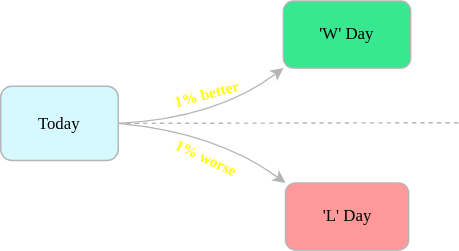
Before: Atomic_Habits/Today_decision.drawio.svg, a diagram exported from draw.io (datkumar/my-diagrams). Source tidied: cells renumbered, new cells last; positions are measured from the earlier drawing's top-left corner, leaving out a move shared by most shapes. Its diagram source:
```xml
<mxGraphModel>
  <root>
    <mxCell id="0" />
    <mxCell id="1" parent="0" />
    <mxCell id="2" value="Today" style="rounded=1;whiteSpace=wrap;html=1;fillColor=#D6F8FF;strokeColor=#B5B5B5;fontFamily=Rubik;fontStyle=0;fontSource=https%3A%2F%2Ffonts.googleapis.com%2Fcss%3Ffamily%3DRubik;shadow=0;glass=0;" parent="1" vertex="1">
      <mxGeometry y="61" width="84" height="53" as="geometry" />
    </mxCell>
    <mxCell id="3" value="'W' Day" style="whiteSpace=wrap;html=1;fillColor=#38E890;strokeColor=#B5B5B5;fontFamily=Rubik;fontStyle=0;fontSource=https%3A%2F%2Ffonts.googleapis.com%2Fcss%3Ffamily%3DRubik;rounded=1;shadow=0;glass=0;" parent="1" vertex="1">
      <mxGeometry x="202" width="91" height="48" as="geometry" />
    </mxCell>
    <mxCell id="4" value="'L' Day" style="whiteSpace=wrap;html=1;fillColor=#FF9999;strokeColor=#B5B5B5;fontFamily=Rubik;fontStyle=0;fontSource=https%3A%2F%2Ffonts.googleapis.com%2Fcss%3Ffamily%3DRubik;rounded=1;shadow=0;glass=0;" parent="1" vertex="1">
      <mxGeometry x="203.5" y="130" width="88" height="48" as="geometry" />
    </mxCell>
    <mxCell id="5" style="endArrow=classic;html=1;exitX=1;exitY=0.5;exitDx=0;exitDy=0;entryX=0;entryY=1;entryDx=0;entryDy=0;curved=1;fontFamily=Rubik;fontStyle=1;fontSource=https%3A%2F%2Ffonts.googleapis.com%2Fcss%3Ffamily%3DRubik;strokeColor=#B5B5B5;" parent="1" edge="1" source="2" target="3">
      <mxGeometry relative="1" as="geometry">
        <Array as="points">
          <mxPoint x="154" y="84" />
        </Array>
      </mxGeometry>
    </mxCell>
    <mxCell id="6" style="endArrow=classic;html=1;entryX=0;entryY=0;entryDx=0;entryDy=0;exitX=1;exitY=0.5;exitDx=0;exitDy=0;curved=1;fontFamily=Rubik;fontStyle=1;fontSource=https%3A%2F%2Ffonts.googleapis.com%2Fcss%3Ffamily%3DRubik;strokeColor=#B5B5B5;" parent="1" edge="1" source="2" target="4">
      <mxGeometry relative="1" as="geometry">
        <Array as="points">
          <mxPoint x="154" y="94" />
        </Array>
      </mxGeometry>
    </mxCell>
    <mxCell id="7" style="endArrow=none;dashed=1;html=1;rounded=1;labelBackgroundColor=default;strokeColor=#B5B5B5;fontFamily=Rubik;fontSize=11;fontColor=default;shape=connector;curved=1;fontStyle=1;fontSource=https%3A%2F%2Ffonts.googleapis.com%2Fcss%3Ffamily%3DRubik;exitX=1;exitY=0.5;exitDx=0;exitDy=0;" parent="1" edge="1" source="2">
      <mxGeometry relative="1" as="geometry">
        <mxPoint x="327" y="87" as="targetPoint" />
      </mxGeometry>
    </mxCell>
    <mxCell id="8" value="&lt;font&gt;1% better&lt;/font&gt;" style="text;html=1;align=center;verticalAlign=middle;strokeColor=none;fillColor=none;fontSize=11;fontFamily=Rubik;fontColor=#FFFF00;rotation=-15;fontStyle=1;fontSource=https%3A%2F%2Ffonts.googleapis.com%2Fcss%3Ffamily%3DRubik;" parent="1" vertex="1">
      <mxGeometry x="113" y="54" width="67" height="25" as="geometry" />
    </mxCell>
    <mxCell id="9" value="&lt;b&gt;&lt;font&gt;1% worse&lt;/font&gt;&lt;/b&gt;" style="text;html=1;align=center;verticalAlign=middle;strokeColor=none;fillColor=none;fontSize=11;fontFamily=Rubik;fontColor=#FFFF00;rotation=25;fontStyle=0;fontSource=https%3A%2F%2Ffonts.googleapis.com%2Fcss%3Ffamily%3DRubik;" parent="1" vertex="1">
      <mxGeometry x="113" y="99" width="67" height="25" as="geometry" />
    </mxCell>
  </root>
</mxGraphModel>
```
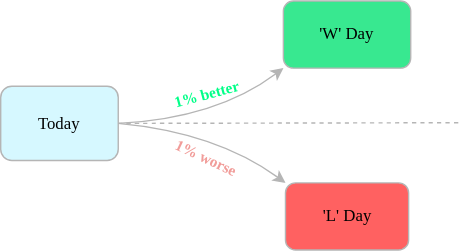
The same file after the commit.

Diff of the diagram source:
```diff
@@ -8,7 +8,7 @@
     <mxCell id="3" value="'W' Day" style="whiteSpace=wrap;html=1;fillColor=#38E890;strokeColor=#B5B5B5;fontFamily=Rubik;fontStyle=0;fontSource=https%3A%2F%2Ffonts.googleapis.com%2Fcss%3Ffamily%3DRubik;rounded=1;shadow=0;glass=0;" parent="1" vertex="1">
       <mxGeometry x="202" width="91" height="48" as="geometry" />
     </mxCell>
-    <mxCell id="4" value="'L' Day" style="whiteSpace=wrap;html=1;fillColor=#FF9999;strokeColor=#B5B5B5;fontFamily=Rubik;fontStyle=0;fontSource=https%3A%2F%2Ffonts.googleapis.com%2Fcss%3Ffamily%3DRubik;rounded=1;shadow=0;glass=0;" parent="1" vertex="1">
+    <mxCell id="4" value="'L' Day" style="whiteSpace=wrap;html=1;fillColor=#FF6161;strokeColor=#B5B5B5;fontFamily=Rubik;fontStyle=0;fontSource=https%3A%2F%2Ffonts.googleapis.com%2Fcss%3Ffamily%3DRubik;rounded=1;shadow=0;glass=0;fontColor=#000000;" parent="1" vertex="1">
       <mxGeometry x="203.5" y="130" width="88" height="48" as="geometry" />
     </mxCell>
     <mxCell id="5" style="endArrow=classic;html=1;exitX=1;exitY=0.5;exitDx=0;exitDy=0;entryX=0;entryY=1;entryDx=0;entryDy=0;curved=1;fontFamily=Rubik;fontStyle=1;fontSource=https%3A%2F%2Ffonts.googleapis.com%2Fcss%3Ffamily%3DRubik;strokeColor=#B5B5B5;" parent="1" edge="1" source="2" target="3">
@@ -30,10 +30,10 @@
         <mxPoint x="327" y="87" as="targetPoint" />
       </mxGeometry>
     </mxCell>
-    <mxCell id="8" value="&lt;font&gt;1% better&lt;/font&gt;" style="text;html=1;align=center;verticalAlign=middle;strokeColor=none;fillColor=none;fontSize=11;fontFamily=Rubik;fontColor=#FFFF00;rotation=-15;fontStyle=1;fontSource=https%3A%2F%2Ffonts.googleapis.com%2Fcss%3Ffamily%3DRubik;" parent="1" vertex="1">
+    <mxCell id="8" value="&lt;font&gt;1% better&lt;/font&gt;" style="text;html=1;align=center;verticalAlign=middle;strokeColor=none;fillColor=none;fontSize=11;fontFamily=Rubik;fontColor=#00FF88;rotation=-15;fontStyle=1;fontSource=https%3A%2F%2Ffonts.googleapis.com%2Fcss%3Ffamily%3DRubik;" parent="1" vertex="1">
       <mxGeometry x="113" y="54" width="67" height="25" as="geometry" />
     </mxCell>
-    <mxCell id="9" value="&lt;b&gt;&lt;font&gt;1% worse&lt;/font&gt;&lt;/b&gt;" style="text;html=1;align=center;verticalAlign=middle;strokeColor=none;fillColor=none;fontSize=11;fontFamily=Rubik;fontColor=#FFFF00;rotation=25;fontStyle=0;fontSource=https%3A%2F%2Ffonts.googleapis.com%2Fcss%3Ffamily%3DRubik;" parent="1" vertex="1">
+    <mxCell id="9" value="&lt;b&gt;&lt;font&gt;1% worse&lt;/font&gt;&lt;/b&gt;" style="text;html=1;align=center;verticalAlign=middle;strokeColor=none;fillColor=none;fontSize=11;fontFamily=Rubik;fontColor=#F19C99;rotation=25;fontStyle=0;fontSource=https%3A%2F%2Ffonts.googleapis.com%2Fcss%3Ffamily%3DRubik;" parent="1" vertex="1">
       <mxGeometry x="113" y="99" width="67" height="25" as="geometry" />
     </mxCell>
   </root>
```
